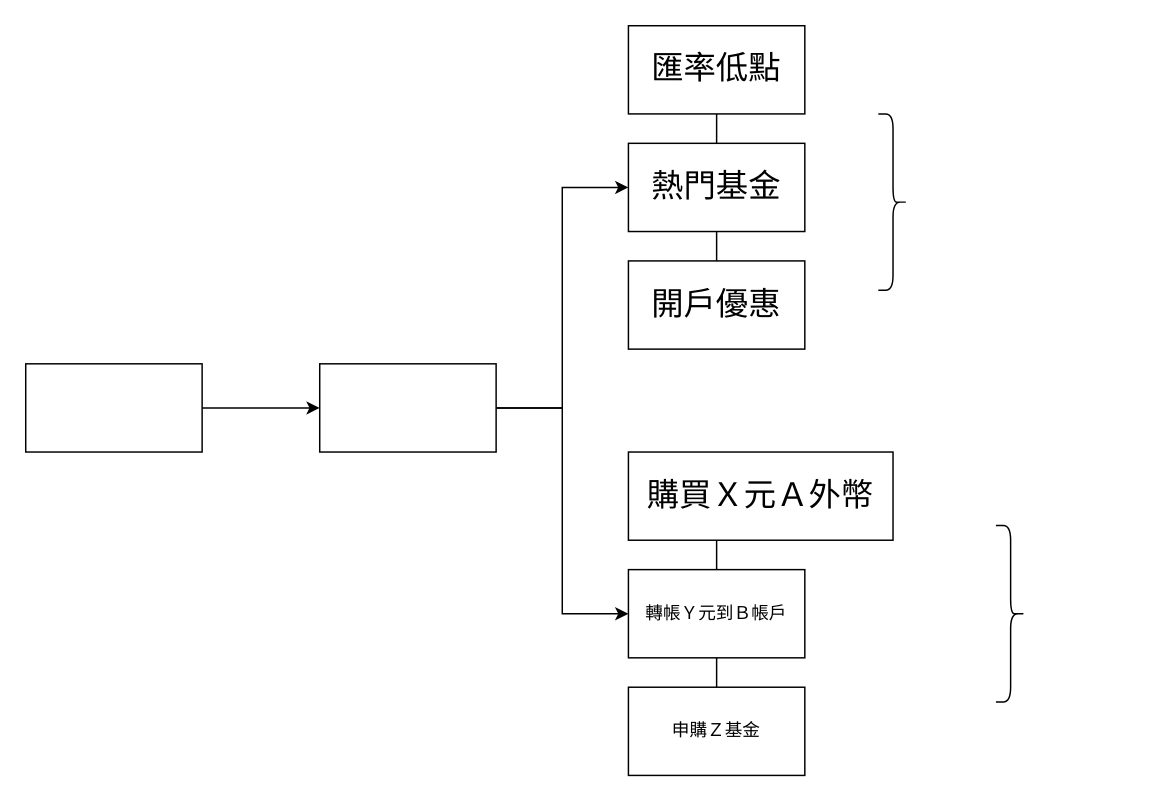
Before: kyc_app.drawio in udothemath/my_drawio, a draw.io diagram. Source tidied: cells renumbered, new cells numbered last; positions are measured from the earlier drawing's top-left corner, leaving out a move shared by most shapes. Both pictures are drawn from the tidied source at 147%, with x=0, y=0 at pixel (25, 25).
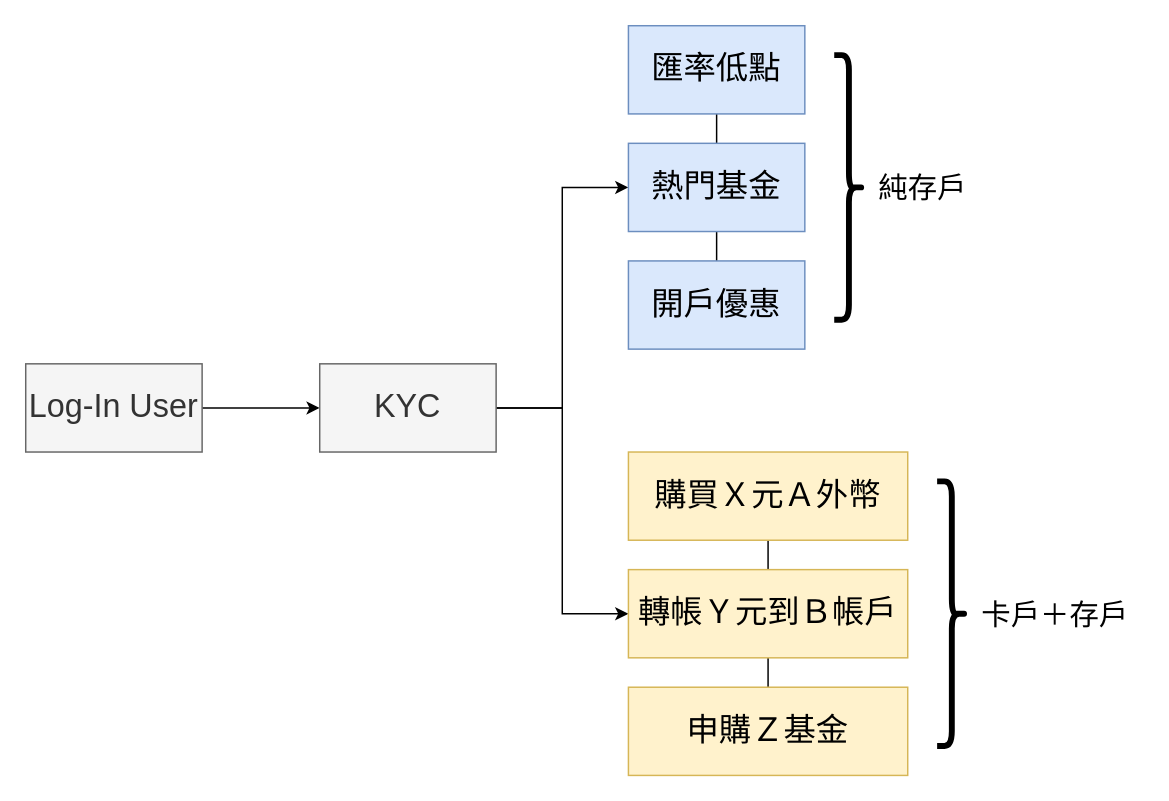
The same diagram, later.

What changed in the source:
```diff
@@
-    <mxCell id="3" style="rounded=0;whiteSpace=wrap;html=1;" parent="1" vertex="1">
+    <mxCell id="3" value="&lt;font style=&quot;font-size: 22px&quot;&gt;Log-In User&lt;/font&gt;" style="rounded=0;whiteSpace=wrap;html=1;fillColor=#f5f5f5;strokeColor=#666666;fontColor=#333333;" parent="1" vertex="1">
       <mxGeometry y="230" width="120" height="60" as="geometry" />
     </mxCell>
@@
-    <mxCell id="6" style="rounded=0;whiteSpace=wrap;html=1;" parent="1" vertex="1">
+    <mxCell id="6" value="&lt;font style=&quot;font-size: 22px&quot;&gt;KYC&lt;/font&gt;" style="rounded=0;whiteSpace=wrap;html=1;fillColor=#f5f5f5;strokeColor=#666666;fontColor=#333333;" parent="1" vertex="1">
       <mxGeometry x="200" y="230" width="120" height="60" as="geometry" />
     </mxCell>
@@
-    <mxCell id="9" value="&lt;font style=&quot;font-size: 22px&quot;&gt;熱門基金&lt;/font&gt;" style="rounded=0;whiteSpace=wrap;html=1;" parent="1" vertex="1">
+    <mxCell id="9" value="&lt;font style=&quot;font-size: 22px&quot;&gt;熱門基金&lt;/font&gt;" style="rounded=0;whiteSpace=wrap;html=1;fillColor=#dae8fc;strokeColor=#6c8ebf;" parent="1" vertex="1">
       <mxGeometry x="410" y="80" width="120" height="60" as="geometry" />
     </mxCell>
-    <mxCell id="10" value="&lt;font style=&quot;font-size: 22px&quot;&gt;匯率低點&lt;/font&gt;" style="rounded=0;whiteSpace=wrap;html=1;" parent="1" vertex="1">
+    <mxCell id="10" value="&lt;font style=&quot;font-size: 22px&quot;&gt;匯率低點&lt;/font&gt;" style="rounded=0;whiteSpace=wrap;html=1;fillColor=#dae8fc;strokeColor=#6c8ebf;" parent="1" vertex="1">
       <mxGeometry x="410" width="120" height="60" as="geometry" />
     </mxCell>
-    <mxCell id="11" value="&lt;font style=&quot;font-size: 22px&quot;&gt;開戶優惠&lt;/font&gt;" style="rounded=0;whiteSpace=wrap;html=1;" parent="1" vertex="1">
+    <mxCell id="11" value="&lt;font style=&quot;font-size: 22px&quot;&gt;開戶優惠&lt;/font&gt;" style="rounded=0;whiteSpace=wrap;html=1;fillColor=#dae8fc;strokeColor=#6c8ebf;" parent="1" vertex="1">
       <mxGeometry x="410" y="160" width="120" height="60" as="geometry" />
     </mxCell>
@@
-    <mxCell id="14" value="轉帳Ｙ元到Ｂ帳戶" style="rounded=0;whiteSpace=wrap;html=1;" parent="1" vertex="1">
-      <mxGeometry x="410" y="370" width="120" height="60" as="geometry" />
+    <mxCell id="14" value="&lt;font style=&quot;font-size: 22px&quot;&gt;轉帳Ｙ元到Ｂ帳戶&lt;/font&gt;" style="rounded=0;whiteSpace=wrap;html=1;fillColor=#fff2cc;strokeColor=#d6b656;" parent="1" vertex="1">
+      <mxGeometry x="410" y="370" width="190" height="60" as="geometry" />
     </mxCell>
-    <mxCell id="15" value="&lt;font style=&quot;font-size: 22px&quot;&gt;購買Ｘ元Ａ外幣&lt;/font&gt;" style="rounded=0;whiteSpace=wrap;html=1;" parent="1" vertex="1">
-      <mxGeometry x="410" y="290" width="180" height="60" as="geometry" />
+    <mxCell id="15" value="&lt;font style=&quot;font-size: 22px&quot;&gt;購買Ｘ元Ａ外幣&lt;/font&gt;" style="rounded=0;whiteSpace=wrap;html=1;fillColor=#fff2cc;strokeColor=#d6b656;" parent="1" vertex="1">
+      <mxGeometry x="410" y="290" width="190" height="60" as="geometry" />
     </mxCell>
-    <mxCell id="16" value="申購Ｚ基金" style="rounded=0;whiteSpace=wrap;html=1;" parent="1" vertex="1">
-      <mxGeometry x="410" y="450" width="120" height="60" as="geometry" />
+    <mxCell id="16" value="&lt;font style=&quot;font-size: 22px&quot;&gt;申購Ｚ基金&lt;/font&gt;" style="rounded=0;whiteSpace=wrap;html=1;fillColor=#fff2cc;strokeColor=#d6b656;" parent="1" vertex="1">
+      <mxGeometry x="410" y="450" width="190" height="60" as="geometry" />
     </mxCell>
-    <mxCell id="17" style="shape=curlyBracket;whiteSpace=wrap;html=1;rounded=1;direction=west;" parent="1" vertex="1">
-      <mxGeometry x="580" y="60" width="20" height="120" as="geometry" />
-    </mxCell>
-    <mxCell id="18" style="shape=curlyBracket;whiteSpace=wrap;html=1;rounded=1;direction=west;" parent="1" vertex="1">
-      <mxGeometry x="660" y="340" width="20" height="120" as="geometry" />
+    <mxCell id="18" style="shape=curlyBracket;whiteSpace=wrap;html=1;rounded=1;direction=west;strokeWidth=4;" parent="1" vertex="1">
+      <mxGeometry x="620" y="310" width="20" height="180" as="geometry" />
     </mxCell>
+    <mxCell id="19" value="&lt;span style=&quot;font-size: 20px&quot;&gt;卡戶＋存戶&lt;/span&gt;" style="text;html=1;align=center;verticalAlign=middle;" parent="1" vertex="1">
+      <mxGeometry x="640" y="390" width="120" height="20" as="geometry" />
+    </mxCell>
+    <mxCell id="20" style="shape=curlyBracket;whiteSpace=wrap;html=1;rounded=1;direction=west;strokeWidth=4;" parent="1" vertex="1">
+      <mxGeometry x="550" y="20" width="20" height="180" as="geometry" />
+    </mxCell>
+    <mxCell id="21" value="&lt;span style=&quot;font-size: 20px&quot;&gt;純存戶&lt;/span&gt;" style="text;html=1;align=center;verticalAlign=middle;" parent="1" vertex="1">
+      <mxGeometry x="570" y="100" width="80" height="20" as="geometry" />
+    </mxCell>
```
